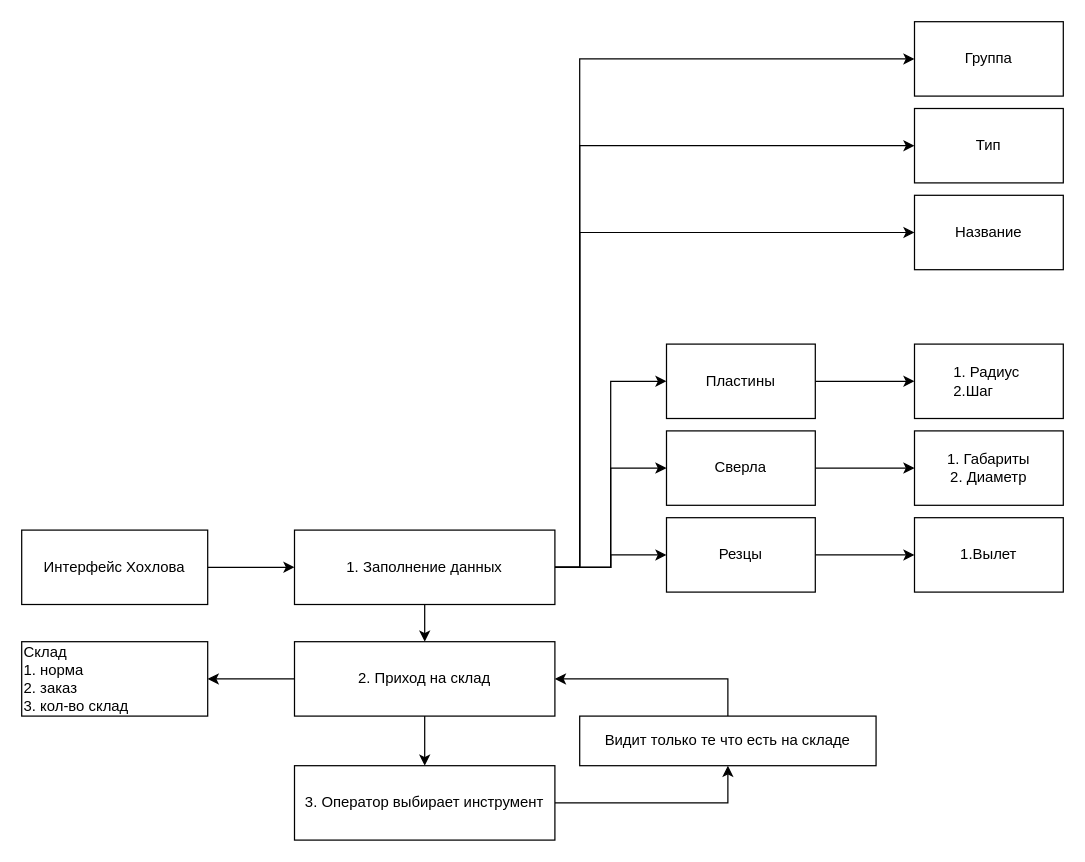
The draw.io diagram doc/doc.drawio in i5anin/vue.soft.pfforum, before the edit. Source tidied: cells renumbered, new cells numbered last; positions are measured from the earlier drawing's top-left corner, leaving out a move shared by most shapes. Both pictures are drawn from the tidied source at 124%, with x=0, y=0 at pixel (21, 21).
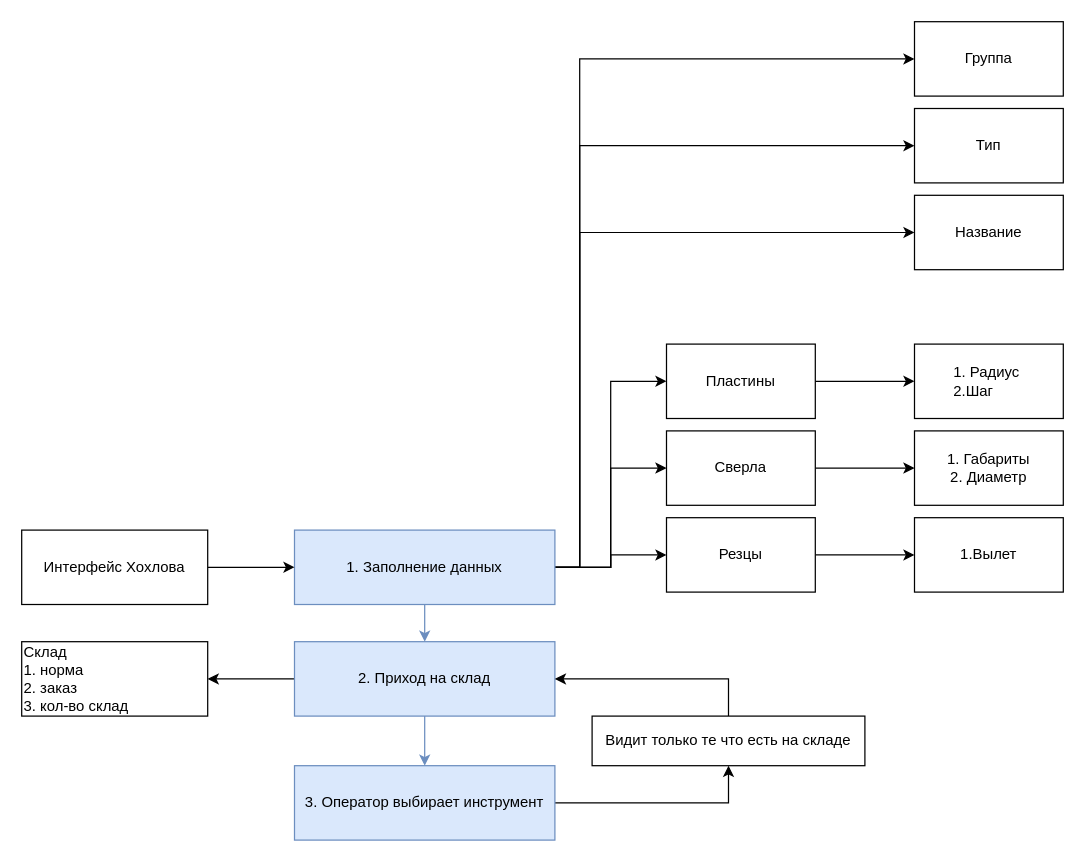
After the change.

The edit, as a diff of the source:
```diff
@@
-    <mxCell id="2" style="edgeStyle=orthogonalEdgeStyle;rounded=0;jettySize=auto;html=1;" parent="1" edge="1" source="9" target="12">
+    <mxCell id="2" style="edgeStyle=orthogonalEdgeStyle;rounded=0;jettySize=auto;html=1;fillColor=#dae8fc;strokeColor=#6c8ebf;" parent="1" edge="1" source="9" target="12">
       <mxGeometry relative="1" as="geometry" />
     </mxCell>
@@
-    <mxCell id="9" value="1. Заполнение данных" style="rounded=0;whiteSpace=wrap;html=1;" parent="1" vertex="1">
+    <mxCell id="9" value="1. Заполнение данных" style="rounded=0;whiteSpace=wrap;html=1;fillColor=#dae8fc;strokeColor=#6c8ebf;" parent="1" vertex="1">
       <mxGeometry x="220" y="410" width="210" height="60" as="geometry" />
     </mxCell>
-    <mxCell id="10" style="edgeStyle=orthogonalEdgeStyle;rounded=0;jettySize=auto;html=1;entryX=0.5;entryY=0;entryDx=0;entryDy=0;" parent="1" edge="1" source="12" target="14">
+    <mxCell id="10" style="edgeStyle=orthogonalEdgeStyle;rounded=0;jettySize=auto;html=1;entryX=0.5;entryY=0;entryDx=0;entryDy=0;fillColor=#dae8fc;strokeColor=#6c8ebf;" parent="1" edge="1" source="12" target="14">
       <mxGeometry relative="1" as="geometry" />
     </mxCell>
@@
-    <mxCell id="12" value="2. Приход на склад" style="rounded=0;whiteSpace=wrap;html=1;" parent="1" vertex="1">
+    <mxCell id="12" value="2. Приход на склад" style="rounded=0;whiteSpace=wrap;html=1;fillColor=#dae8fc;strokeColor=#6c8ebf;" parent="1" vertex="1">
       <mxGeometry x="220" y="500" width="210" height="60" as="geometry" />
     </mxCell>
@@
-    <mxCell id="14" value="3. Оператор выбирает инструмент" style="rounded=0;whiteSpace=wrap;html=1;" parent="1" vertex="1">
+    <mxCell id="14" value="3. Оператор выбирает инструмент" style="rounded=0;whiteSpace=wrap;html=1;fillColor=#dae8fc;strokeColor=#6c8ebf;" parent="1" vertex="1">
       <mxGeometry x="220" y="600" width="210" height="60" as="geometry" />
     </mxCell>
@@
     <mxCell id="25" value="Видит только те что есть на складе" style="rounded=0;whiteSpace=wrap;html=1;" parent="1" vertex="1">
-      <mxGeometry x="450" y="560" width="239" height="40" as="geometry" />
+      <mxGeometry x="460" y="560" width="220" height="40" as="geometry" />
     </mxCell>
```
